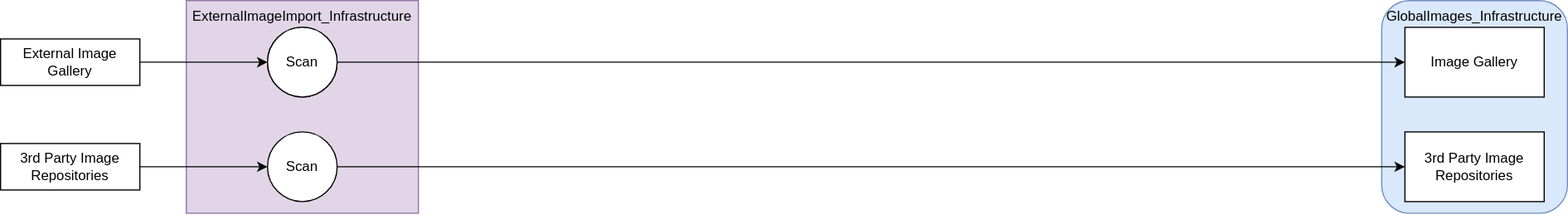
Above: infra/SecureInfrastructureRepoPipelines.svg in vjavle/invoicecloud (draw.io), before the change. Source tidied: cells renumbered, new cells last; positions are measured from the earlier drawing's top-left corner, leaving out a move shared by most shapes.
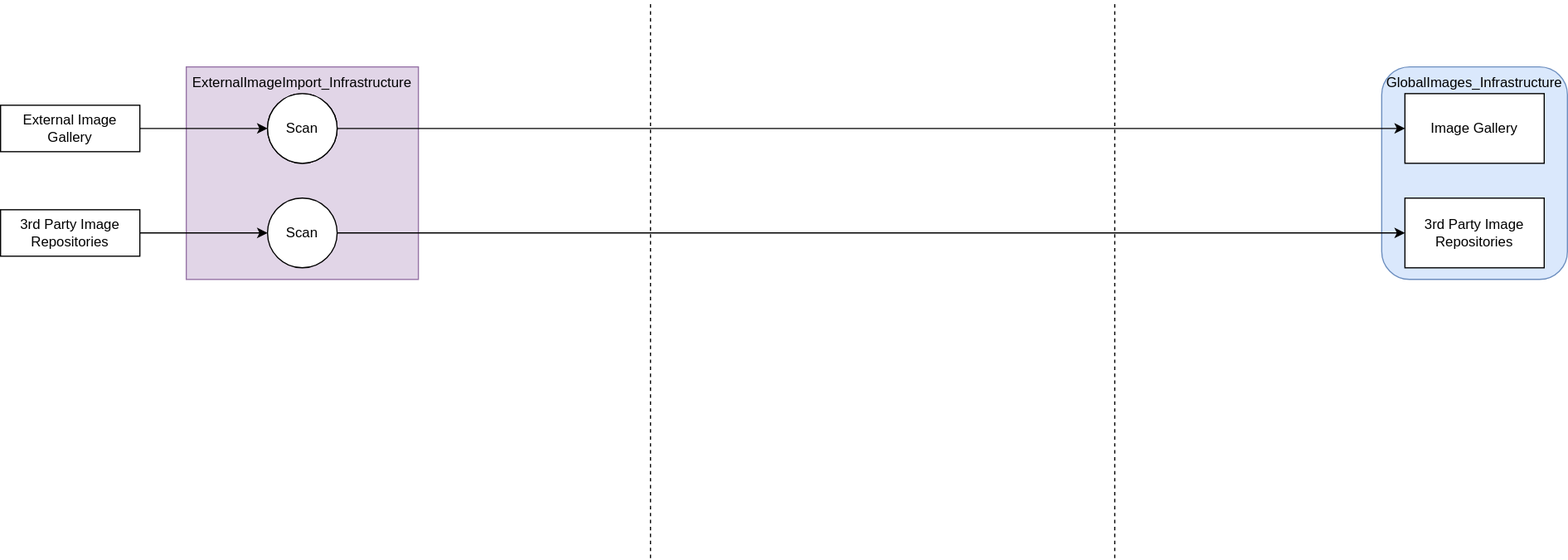
Above is the later version.

What changed in the source:
```diff
@@ -41,5 +41,17 @@
     <mxCell id="14" value="Scan" style="ellipse;whiteSpace=wrap;html=1;" parent="1" vertex="1">
       <mxGeometry x="230" y="23" width="60" height="60" as="geometry" />
     </mxCell>
+    <mxCell id="15" style="endArrow=none;html=1;rounded=0;dashed=1;" parent="1" edge="1">
+      <mxGeometry relative="1" as="geometry">
+        <mxPoint x="560" y="423" as="sourcePoint" />
+        <mxPoint x="560" y="-57" as="targetPoint" />
+      </mxGeometry>
+    </mxCell>
+    <mxCell id="16" style="endArrow=none;html=1;rounded=0;dashed=1;" parent="1" edge="1">
+      <mxGeometry relative="1" as="geometry">
+        <mxPoint x="960" y="423" as="sourcePoint" />
+        <mxPoint x="960" y="-57" as="targetPoint" />
+      </mxGeometry>
+    </mxCell>
   </root>
 </mxGraphModel>
```
